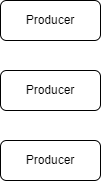
This is Diagram architeture kafka.drawio.png from ZOMELI/Diagram, a draw.io export, as it was before one commit. Source tidied: cells renumbered, new cells last; positions are measured from the earlier drawing's top-left corner, leaving out a move shared by most shapes. The source it was exported from:
```xml
<mxGraphModel>
  <root>
    <mxCell id="0" />
    <mxCell id="1" parent="0" />
    <mxCell id="2" value="Producer" style="rounded=1;whiteSpace=wrap;html=1;" parent="1" vertex="1">
      <mxGeometry y="70" width="100" height="40" as="geometry" />
    </mxCell>
    <mxCell id="3" value="Producer" style="rounded=1;whiteSpace=wrap;html=1;" parent="1" vertex="1">
      <mxGeometry width="100" height="40" as="geometry" />
    </mxCell>
    <mxCell id="4" value="Producer" style="rounded=1;whiteSpace=wrap;html=1;" parent="1" vertex="1">
      <mxGeometry y="140" width="100" height="40" as="geometry" />
    </mxCell>
  </root>
</mxGraphModel>
```
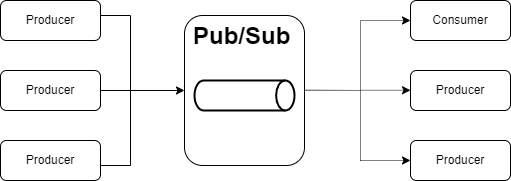
The same file after the commit.

Change to the diagram source:
```diff
@@ -11,5 +11,76 @@
     <mxCell id="4" value="Producer" style="rounded=1;whiteSpace=wrap;html=1;" parent="1" vertex="1">
       <mxGeometry y="140" width="100" height="40" as="geometry" />
     </mxCell>
+    <mxCell id="5" style="endArrow=none;html=1;rounded=0;exitX=1;exitY=0.75;exitDx=0;exitDy=0;entryX=1;entryY=0.5;entryDx=0;entryDy=0;" parent="1" edge="1">
+      <mxGeometry relative="1" as="geometry">
+        <mxPoint x="100" y="165" as="sourcePoint" />
+        <mxPoint x="100" y="15" as="targetPoint" />
+        <Array as="points">
+          <mxPoint x="130" y="165" />
+          <mxPoint x="130" y="15" />
+        </Array>
+      </mxGeometry>
+    </mxCell>
+    <mxCell id="6" style="endArrow=none;html=1;rounded=0;" parent="1" edge="1" source="2">
+      <mxGeometry relative="1" as="geometry">
+        <mxPoint x="130" y="90" as="targetPoint" />
+      </mxGeometry>
+    </mxCell>
+    <mxCell id="7" value="Consumer" style="rounded=1;whiteSpace=wrap;html=1;" parent="1" vertex="1">
+      <mxGeometry x="410" width="100" height="40" as="geometry" />
+    </mxCell>
+    <mxCell id="8" value="Producer" style="rounded=1;whiteSpace=wrap;html=1;" parent="1" vertex="1">
+      <mxGeometry x="410" y="140" width="100" height="40" as="geometry" />
+    </mxCell>
+    <mxCell id="9" value="Producer" style="rounded=1;whiteSpace=wrap;html=1;" parent="1" vertex="1">
+      <mxGeometry x="410" y="70" width="100" height="40" as="geometry" />
+    </mxCell>
+    <mxCell id="10" style="endArrow=none;html=1;rounded=0;dashed=1;dashPattern=1 1;" parent="1" edge="1">
+      <mxGeometry relative="1" as="geometry">
+        <mxPoint x="360" y="160" as="sourcePoint" />
+        <mxPoint x="360" y="20" as="targetPoint" />
+        <Array as="points">
+          <mxPoint x="360" y="160" />
+          <mxPoint x="360" y="90" />
+          <mxPoint x="360" y="20" />
+        </Array>
+      </mxGeometry>
+    </mxCell>
+    <mxCell id="11" style="rounded=1;whiteSpace=wrap;html=1;" parent="1" vertex="1">
+      <mxGeometry x="184" y="15" width="120" height="150" as="geometry" />
+    </mxCell>
+    <mxCell id="12" style="endArrow=classic;html=1;rounded=0;entryX=0;entryY=0.5;entryDx=0;entryDy=0;dashed=1;dashPattern=1 1;" parent="1" edge="1" target="7">
+      <mxGeometry relative="1" as="geometry">
+        <mxPoint x="360" y="20" as="sourcePoint" />
+      </mxGeometry>
+    </mxCell>
+    <mxCell id="13" style="endArrow=classic;html=1;rounded=0;entryX=0;entryY=0.5;entryDx=0;entryDy=0;dashed=1;dashPattern=1 1;" parent="1" edge="1" target="8">
+      <mxGeometry relative="1" as="geometry">
+        <mxPoint x="360" y="160" as="sourcePoint" />
+      </mxGeometry>
+    </mxCell>
+    <mxCell id="14" style="endArrow=classic;html=1;rounded=0;entryX=0;entryY=0.5;entryDx=0;entryDy=0;dashed=1;dashPattern=1 1;" parent="1" edge="1">
+      <mxGeometry relative="1" as="geometry">
+        <mxPoint x="360" y="89.8" as="sourcePoint" />
+        <mxPoint x="410" y="89.8" as="targetPoint" />
+      </mxGeometry>
+    </mxCell>
+    <mxCell id="15" style="endArrow=none;html=1;rounded=0;dashed=1;dashPattern=1 1;" parent="1" edge="1">
+      <mxGeometry relative="1" as="geometry">
+        <mxPoint x="304" y="89.8" as="sourcePoint" />
+        <mxPoint x="360" y="90" as="targetPoint" />
+      </mxGeometry>
+    </mxCell>
+    <mxCell id="16" style="endArrow=classic;html=1;rounded=0;entryX=0;entryY=0.5;entryDx=0;entryDy=0;" parent="1" edge="1" target="11">
+      <mxGeometry relative="1" as="geometry">
+        <mxPoint x="130" y="90" as="sourcePoint" />
+      </mxGeometry>
+    </mxCell>
+    <mxCell id="17" value="&lt;h1 style=&quot;margin-top: 0px;&quot;&gt;Pub/Sub&lt;/h1&gt;" style="text;html=1;whiteSpace=wrap;overflow=hidden;rounded=0;" parent="1" vertex="1">
+      <mxGeometry x="191" y="15" width="106" height="30" as="geometry" />
+    </mxCell>
+    <mxCell id="18" style="strokeWidth=2;html=1;shape=mxgraph.flowchart.direct_data;whiteSpace=wrap;" parent="1" vertex="1">
+      <mxGeometry x="194" y="80" width="100" height="30" as="geometry" />
+    </mxCell>
   </root>
 </mxGraphModel>
```
